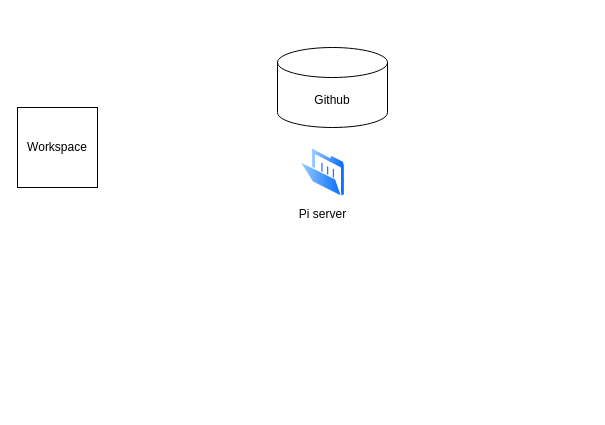
Earlier version of the draw.io diagram Untitled Diagram.drawio (l07p/Jenkins). Source tidied: cells renumbered, new cells numbered last; positions are measured from the earlier drawing's top-left corner, leaving out a move shared by most shapes. Both pictures are drawn from the tidied source at 100%, with x=0, y=0 at pixel (17, 47).
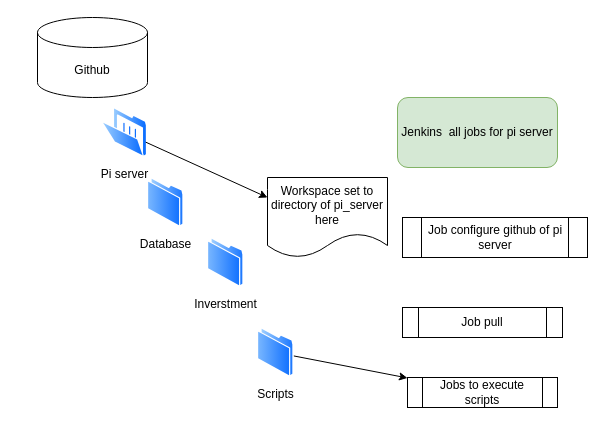
After the change.

The edit, as a diff of the source:
```diff
@@
 <mxGraphModel>
   <root>
     <mxCell id="0" />
     <mxCell id="1" parent="0" />
-    <mxCell id="2" value="Workspace" style="whiteSpace=wrap;html=1;" parent="1" vertex="1">
-      <mxGeometry y="60" width="80" height="80" as="geometry" />
-    </mxCell>
     <mxCell id="3" value="Github" style="shape=cylinder3;whiteSpace=wrap;html=1;boundedLbl=1;backgroundOutline=1;size=15;" parent="1" vertex="1">
-      <mxGeometry x="260" width="110" height="80" as="geometry" />
+      <mxGeometry x="20" y="-30" width="110" height="80" as="geometry" />
     </mxCell>
     <mxCell id="4" value="Pi server" style="perimeter=ellipsePerimeter;html=1;align=center;shadow=0;dashed=0;spacingTop=3;image;image=img/lib/active_directory/folder_open.svg;" parent="1" vertex="1">
-      <mxGeometry x="282" y="100" width="46" height="50" as="geometry" />
+      <mxGeometry x="84" y="60" width="46" height="50" as="geometry" />
     </mxCell>
+    <mxCell id="5" value="Database" style="perimeter=ellipsePerimeter;html=1;align=center;shadow=0;dashed=0;spacingTop=3;image;image=img/lib/active_directory/folder.svg;" parent="1" vertex="1">
+      <mxGeometry x="130" y="130" width="36.5" height="50" as="geometry" />
+    </mxCell>
+    <mxCell id="6" style="endArrow=classic;html=1;entryX=0;entryY=0.25;entryDx=0;entryDy=0;" parent="1" edge="1" source="4" target="10">
+      <mxGeometry relative="1" as="geometry" />
+    </mxCell>
+    <mxCell id="7" value="Job pull" style="shape=process;whiteSpace=wrap;html=1;backgroundOutline=1;" parent="1" vertex="1">
+      <mxGeometry x="385" y="260" width="160" height="30" as="geometry" />
+    </mxCell>
+    <mxCell id="8" value="Job configure github of pi server" style="shape=process;whiteSpace=wrap;html=1;backgroundOutline=1;" parent="1" vertex="1">
+      <mxGeometry x="385" y="170" width="185" height="40" as="geometry" />
+    </mxCell>
+    <mxCell id="9" value="Jenkins &amp;nbsp;all jobs for pi server" style="rounded=1;whiteSpace=wrap;html=1;fillColor=#d5e8d4;strokeColor=#82b366;" parent="1" vertex="1">
+      <mxGeometry x="380" y="50" width="160" height="70" as="geometry" />
+    </mxCell>
+    <mxCell id="10" value="Workspace set to directory of pi_server here" style="shape=document;whiteSpace=wrap;html=1;boundedLbl=1;" parent="1" vertex="1">
+      <mxGeometry x="250" y="130" width="120" height="80" as="geometry" />
+    </mxCell>
+    <mxCell id="11" value="Jobs to execute scripts" style="shape=process;whiteSpace=wrap;html=1;backgroundOutline=1;" parent="1" vertex="1">
+      <mxGeometry x="390" y="330" width="150" height="30" as="geometry" />
+    </mxCell>
+    <mxCell id="12" value="Inverstment" style="perimeter=ellipsePerimeter;html=1;align=center;shadow=0;dashed=0;spacingTop=3;image;image=img/lib/active_directory/folder.svg;" parent="1" vertex="1">
+      <mxGeometry x="190" y="190" width="36.5" height="50" as="geometry" />
+    </mxCell>
+    <mxCell id="13" value="Scripts" style="perimeter=ellipsePerimeter;html=1;align=center;shadow=0;dashed=0;spacingTop=3;image;image=img/lib/active_directory/folder.svg;" parent="1" vertex="1">
+      <mxGeometry x="240" y="280" width="36.5" height="50" as="geometry" />
+    </mxCell>
+    <mxCell id="14" style="endArrow=classic;html=1;" parent="1" edge="1" source="13" target="11">
+      <mxGeometry relative="1" as="geometry" />
+    </mxCell>
   </root>
 </mxGraphModel>
```
